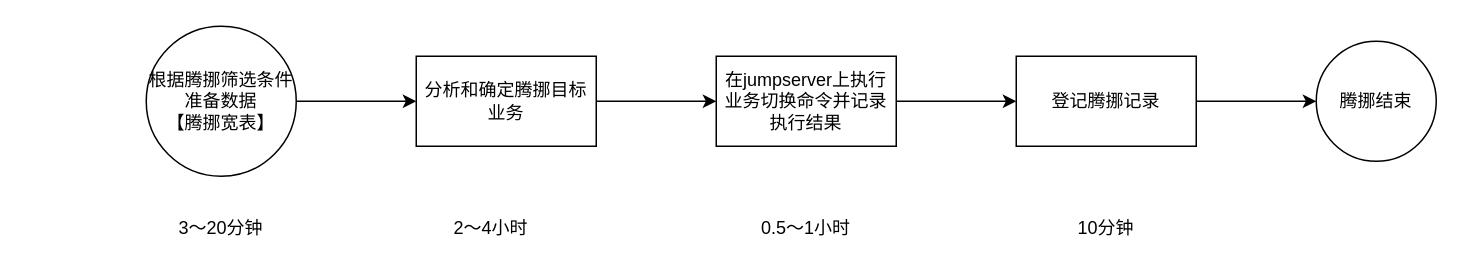
This is X86定向业务0低跑设备腾挪整体流程.drawio from renshi001/github-slideshow, a draw.io file, before an edit. Source tidied: cells renumbered, new cells numbered last; positions are measured from the earlier drawing's top-left corner, leaving out a move shared by most shapes. Both pictures are drawn from the tidied source at 150%, with x=0, y=0 at pixel (146, 26).
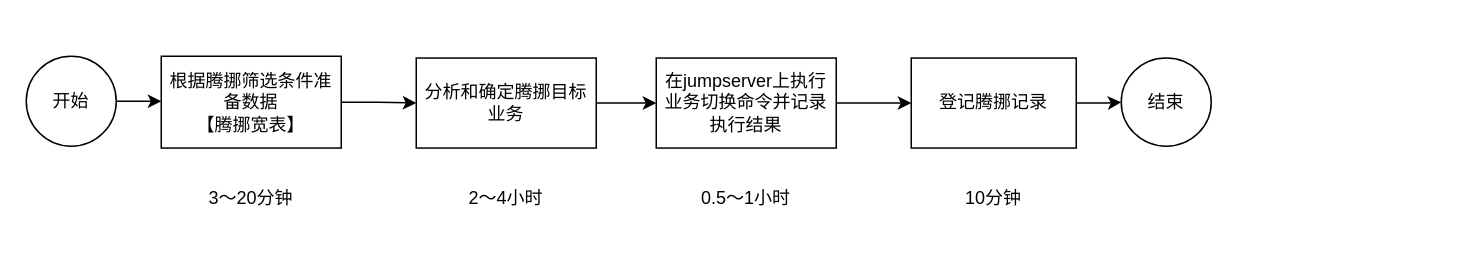
The same diagram, later.

Commit message:
更新X86定向业务0低跑设备腾挪整体流程.drawio

The edit, as a diff of the source:
```diff
@@
 <mxGraphModel>
   <root>
     <mxCell id="0" />
     <mxCell id="1" parent="0" />
-    <mxCell id="2" style="edgeStyle=orthogonalEdgeStyle;rounded=0;jettySize=auto;html=1;exitX=1;exitY=0.5;exitDx=0;exitDy=0;" parent="1" edge="1" source="14" target="4">
+    <mxCell id="2" style="edgeStyle=orthogonalEdgeStyle;rounded=0;jettySize=auto;html=1;exitX=1;exitY=0.5;exitDx=0;exitDy=0;" parent="1" edge="1" source="16" target="4">
       <mxGeometry relative="1" as="geometry" />
     </mxCell>
     <mxCell id="3" style="edgeStyle=orthogonalEdgeStyle;rounded=0;jettySize=auto;html=1;" parent="1" edge="1" source="4" target="6">
       <mxGeometry relative="1" as="geometry" />
     </mxCell>
     <mxCell id="4" value="分析和确定腾挪目标业务" style="whiteSpace=wrap;html=1;" parent="1" vertex="1">
-      <mxGeometry x="180" y="20" width="120" height="60" as="geometry" />
+      <mxGeometry x="180" y="21.2" width="120" height="60" as="geometry" />
     </mxCell>
     <mxCell id="5" style="edgeStyle=orthogonalEdgeStyle;rounded=0;jettySize=auto;html=1;" parent="1" edge="1" source="6" target="8">
       <mxGeometry relative="1" as="geometry" />
     </mxCell>
     <mxCell id="6" value="在jumpserver上执行业务切换命令并记录执行结果" style="whiteSpace=wrap;html=1;" parent="1" vertex="1">
-      <mxGeometry x="380" y="20" width="120" height="60" as="geometry" />
+      <mxGeometry x="340" y="21.2" width="120" height="60" as="geometry" />
     </mxCell>
     <mxCell id="7" style="edgeStyle=orthogonalEdgeStyle;rounded=0;jettySize=auto;html=1;" parent="1" edge="1" source="8" target="9">
       <mxGeometry relative="1" as="geometry" />
     </mxCell>
     <mxCell id="8" value="登记腾挪记录" style="whiteSpace=wrap;html=1;" parent="1" vertex="1">
-      <mxGeometry x="580" y="20" width="120" height="60" as="geometry" />
+      <mxGeometry x="510" y="21.2" width="110" height="60" as="geometry" />
     </mxCell>
-    <mxCell id="9" value="腾挪结束" style="ellipse;whiteSpace=wrap;html=1;" parent="1" vertex="1">
-      <mxGeometry x="780" y="10" width="80" height="80" as="geometry" />
+    <mxCell id="9" value="结束" style="ellipse;whiteSpace=wrap;html=1;" parent="1" vertex="1">
+      <mxGeometry x="650" y="21.2" width="60" height="58.8" as="geometry" />
     </mxCell>
     <mxCell id="10" value="3～20分钟" style="text;strokeColor=none;align=center;fillColor=none;html=1;verticalAlign=middle;whiteSpace=wrap;rounded=0;" parent="1" vertex="1">
-      <mxGeometry x="20" y="120" width="60" height="30" as="geometry" />
+      <mxGeometry x="40" y="100" width="60" height="30" as="geometry" />
     </mxCell>
     <mxCell id="11" value="2～4小时" style="text;strokeColor=none;align=center;fillColor=none;html=1;verticalAlign=middle;whiteSpace=wrap;rounded=0;" parent="1" vertex="1">
-      <mxGeometry x="200" y="120" width="60" height="30" as="geometry" />
+      <mxGeometry x="210" y="100" width="60" height="30" as="geometry" />
     </mxCell>
     <mxCell id="12" value="0.5～1小时" style="text;strokeColor=none;align=center;fillColor=none;html=1;verticalAlign=middle;whiteSpace=wrap;rounded=0;" parent="1" vertex="1">
-      <mxGeometry x="400" y="120" width="80" height="30" as="geometry" />
+      <mxGeometry x="360" y="100" width="80" height="30" as="geometry" />
     </mxCell>
     <mxCell id="13" value="10分钟" style="text;strokeColor=none;align=center;fillColor=none;html=1;verticalAlign=middle;whiteSpace=wrap;rounded=0;" parent="1" vertex="1">
-      <mxGeometry x="600" y="120" width="80" height="30" as="geometry" />
+      <mxGeometry x="525" y="100" width="80" height="30" as="geometry" />
     </mxCell>
+    <mxCell id="15" style="edgeStyle=orthogonalEdgeStyle;rounded=0;jettySize=auto;html=1;exitX=1;exitY=0.5;exitDx=0;exitDy=0;entryX=0;entryY=0.5;entryDx=0;entryDy=0;" parent="1" edge="1" source="14" target="16">
+      <mxGeometry relative="1" as="geometry" />
+    </mxCell>
-    <mxCell id="14" value="&lt;div&gt;根据腾挪筛选条件准备数据&lt;/div&gt;【腾挪宽表】" style="ellipse;whiteSpace=wrap;html=1;" parent="1" vertex="1">
-      <mxGeometry width="100" height="100" as="geometry" />
+    <mxCell id="14" value="开始&lt;div&gt;&lt;/div&gt;" style="ellipse;whiteSpace=wrap;html=1;" parent="1" vertex="1">
+      <mxGeometry x="-80" y="20" width="60" height="60" as="geometry" />
     </mxCell>
+    <mxCell id="16" value="&lt;div&gt;根据腾挪筛选条件准备数据&lt;/div&gt;【腾挪宽表】" style="whiteSpace=wrap;html=1;" parent="1" vertex="1">
+      <mxGeometry x="10" y="20" width="120" height="61.2" as="geometry" />
+    </mxCell>
   </root>
 </mxGraphModel>
```
